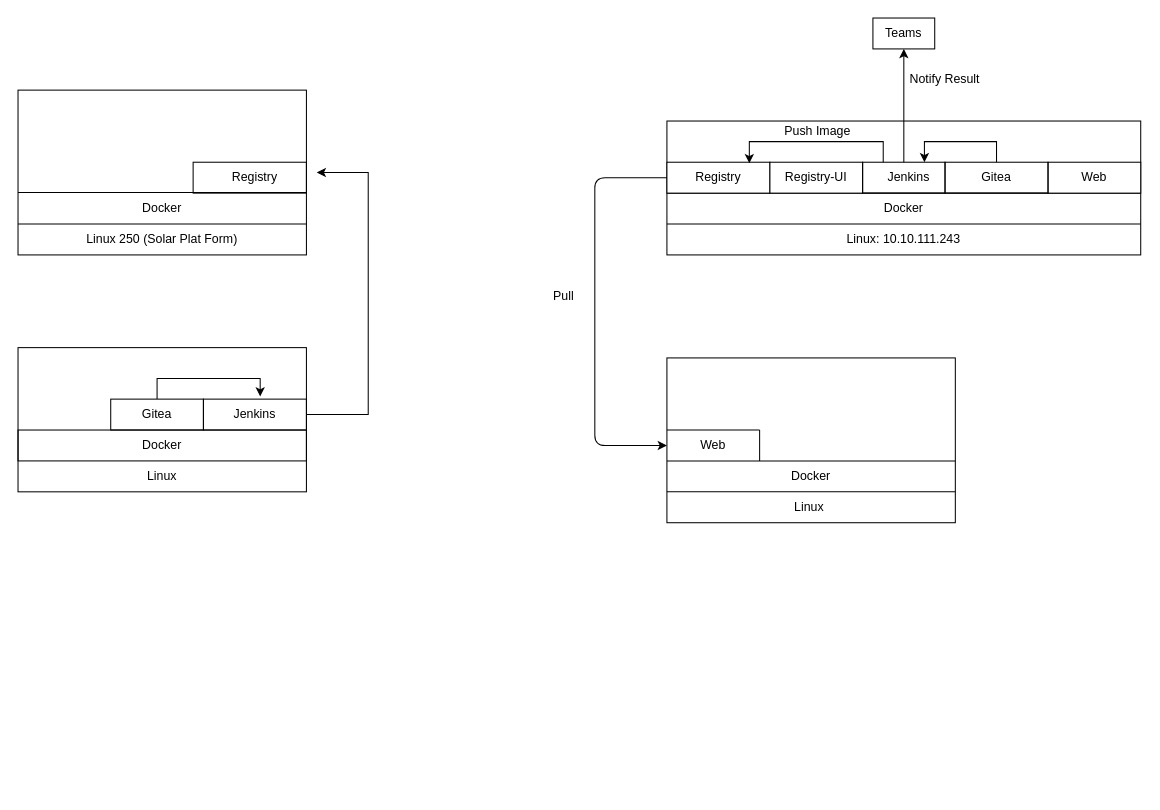
This is Test.drawio from class90431/chrome-diagrams, a draw.io file, before an edit. Source tidied: cells renumbered, new cells numbered last; positions are measured from the earlier drawing's top-left corner, leaving out a move shared by most shapes. Both pictures are drawn from the tidied source at 103%, with x=0, y=0 at pixel (18, 18).
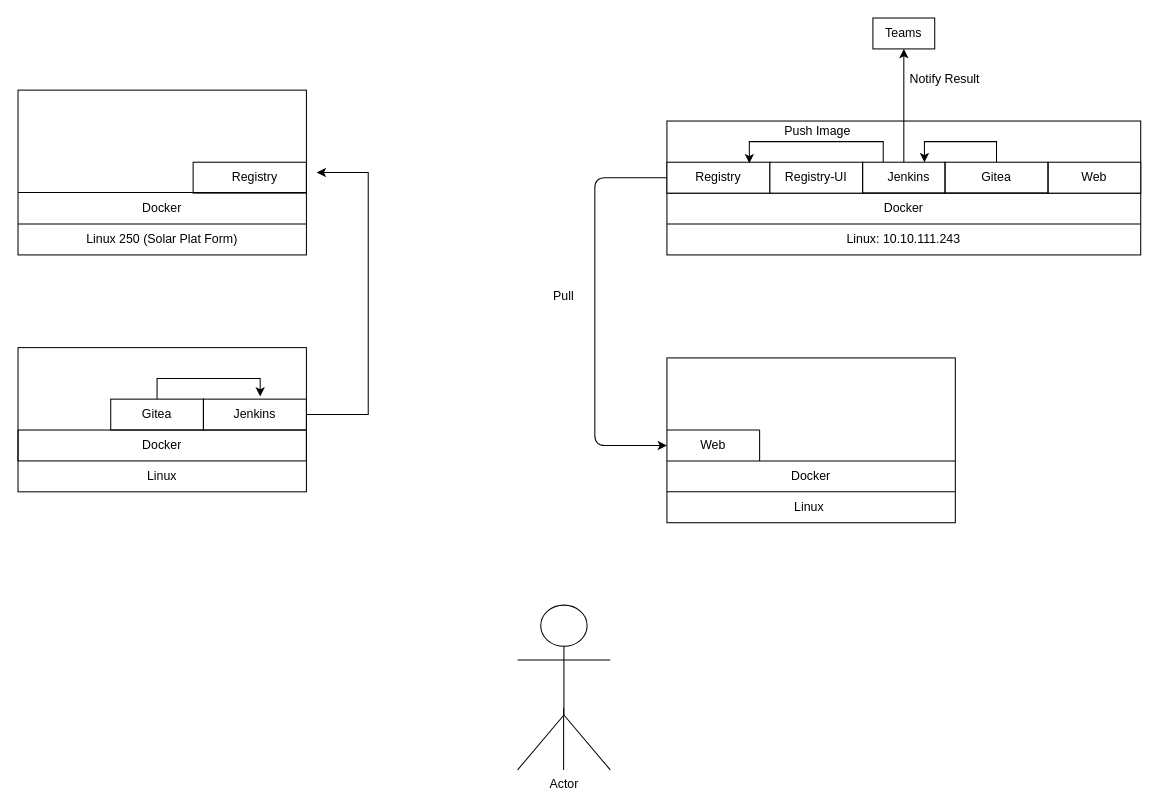
After the change.

Change to the diagram source:
```diff
@@
+    <mxCell id="50" value="Actor" style="shape=umlActor;verticalLabelPosition=bottom;verticalAlign=top;html=1;strokeColor=#000000;fillColor=none;" parent="1" vertex="1">
+      <mxGeometry x="485" y="570" width="90" height="160" as="geometry" />
+    </mxCell>
+    <mxCell id="51" style="endArrow=none;html=1;" parent="1" edge="1">
+      <mxGeometry relative="1" as="geometry">
+        <mxPoint x="529.7" y="730" as="sourcePoint" />
+        <mxPoint x="529.7" y="670" as="targetPoint" />
+      </mxGeometry>
+    </mxCell>
```
